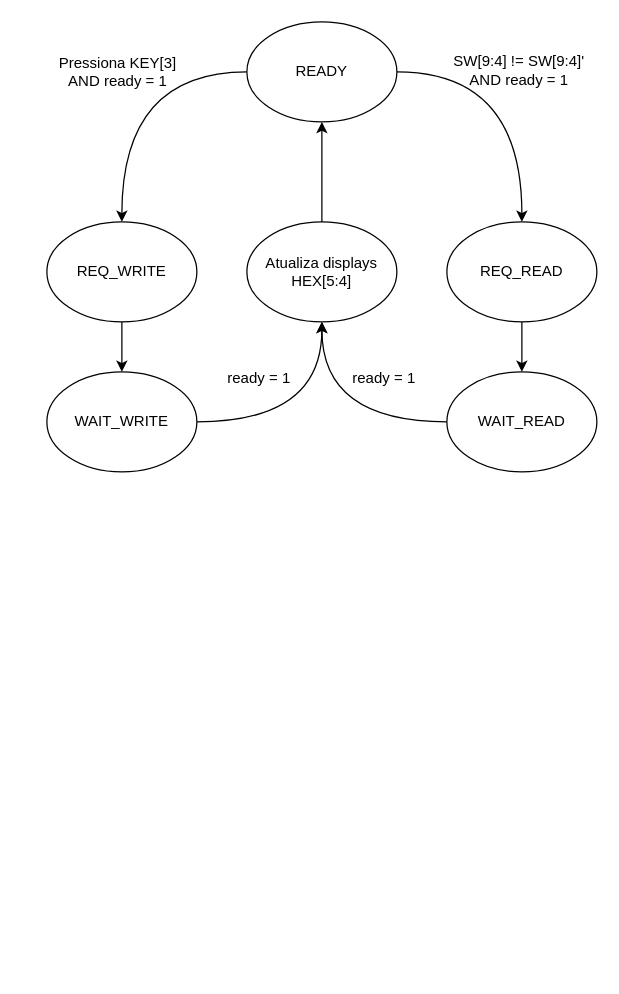
Above: P3/diagramas/diagramaEstadosiFace.drawio in caio-unicamp/MC613_Best_Group (draw.io), before the change. Source tidied: cells renumbered, new cells numbered last; positions are measured from the earlier drawing's top-left corner, leaving out a move shared by most shapes. Both pictures are drawn from the tidied source at 125%, with x=0, y=0 at pixel (42, 21).
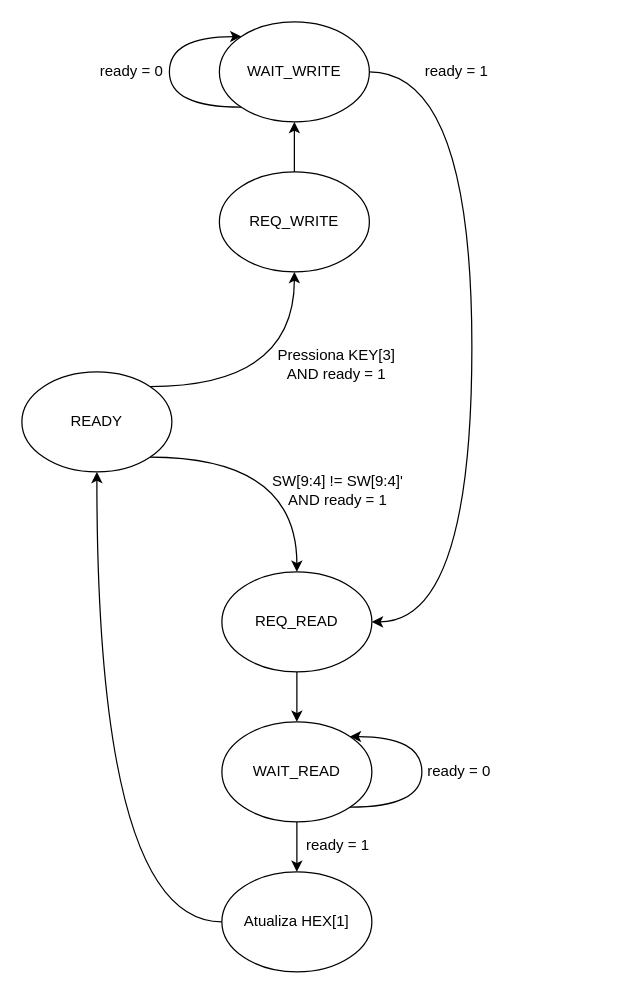
After the change.

Change to the diagram source:
```diff
@@
+    <mxCell id="3" style="edgeStyle=orthogonalEdgeStyle;rounded=0;jettySize=auto;html=1;exitX=1;exitY=0;exitDx=0;exitDy=0;entryX=0.5;entryY=1;entryDx=0;entryDy=0;curved=1;" parent="1" edge="1" source="4" target="14">
+      <mxGeometry relative="1" as="geometry" />
+    </mxCell>
-    <mxCell id="2" style="edgeStyle=orthogonalEdgeStyle;rounded=0;jettySize=auto;html=1;exitX=1;exitY=0.5;exitDx=0;exitDy=0;curved=1;" parent="1" edge="1" source="4" target="6">
+    <mxCell id="2" style="edgeStyle=orthogonalEdgeStyle;rounded=0;jettySize=auto;html=1;exitX=1;exitY=1;exitDx=0;exitDy=0;entryX=0.5;entryY=0;entryDx=0;entryDy=0;curved=1;" parent="1" edge="1" source="4" target="6">
       <mxGeometry relative="1" as="geometry" />
     </mxCell>
-    <mxCell id="3" style="edgeStyle=orthogonalEdgeStyle;rounded=0;jettySize=auto;html=1;exitX=0;exitY=0.5;exitDx=0;exitDy=0;curved=1;" parent="1" edge="1" source="4" target="14">
-      <mxGeometry relative="1" as="geometry" />
-    </mxCell>
     <mxCell id="4" value="READY" style="ellipse;whiteSpace=wrap;html=1;" parent="1" vertex="1">
-      <mxGeometry x="163" width="120" height="80" as="geometry" />
+      <mxGeometry x="-17" y="280" width="120" height="80" as="geometry" />
     </mxCell>
@@
     <mxCell id="6" value="REQ_READ" style="ellipse;whiteSpace=wrap;html=1;" parent="1" vertex="1">
-      <mxGeometry x="323" y="160" width="120" height="80" as="geometry" />
+      <mxGeometry x="143" y="440" width="120" height="80" as="geometry" />
     </mxCell>
     <mxCell id="7" value="SW[9:4] != SW[9:4]'&lt;div&gt;AND ready = 1&lt;/div&gt;" style="text;html=1;whiteSpace=wrap;strokeColor=none;fillColor=none;align=center;verticalAlign=middle;rounded=0;" parent="1" vertex="1">
-      <mxGeometry x="321" y="24" width="120" height="30" as="geometry" />
+      <mxGeometry x="176" y="360" width="120" height="30" as="geometry" />
     </mxCell>
-    <mxCell id="8" style="edgeStyle=orthogonalEdgeStyle;rounded=0;jettySize=auto;html=1;exitX=0;exitY=0.5;exitDx=0;exitDy=0;entryX=0.5;entryY=1;entryDx=0;entryDy=0;curved=1;" parent="1" edge="1" source="9" target="12">
+    <mxCell id="8" style="edgeStyle=orthogonalEdgeStyle;rounded=0;jettySize=auto;html=1;exitX=0.5;exitY=1;exitDx=0;exitDy=0;" parent="1" edge="1" source="9" target="12">
       <mxGeometry relative="1" as="geometry" />
     </mxCell>
     <mxCell id="9" value="WAIT_READ" style="ellipse;whiteSpace=wrap;html=1;" parent="1" vertex="1">
-      <mxGeometry x="323" y="280" width="120" height="80" as="geometry" />
+      <mxGeometry x="143" y="560" width="120" height="80" as="geometry" />
     </mxCell>
     <mxCell id="10" value="ready = 1" style="text;html=1;whiteSpace=wrap;strokeColor=none;fillColor=none;align=center;verticalAlign=middle;rounded=0;" parent="1" vertex="1">
-      <mxGeometry x="243" y="270" width="60" height="30" as="geometry" />
+      <mxGeometry x="206" y="644" width="60" height="30" as="geometry" />
     </mxCell>
-    <mxCell id="11" style="edgeStyle=orthogonalEdgeStyle;rounded=0;jettySize=auto;html=1;exitX=0.5;exitY=0;exitDx=0;exitDy=0;entryX=0.5;entryY=1;entryDx=0;entryDy=0;" parent="1" edge="1" source="12" target="4">
+    <mxCell id="11" style="edgeStyle=orthogonalEdgeStyle;rounded=0;jettySize=auto;html=1;exitX=0;exitY=0.5;exitDx=0;exitDy=0;entryX=0.5;entryY=1;entryDx=0;entryDy=0;curved=1;" parent="1" edge="1" source="12" target="4">
       <mxGeometry relative="1" as="geometry" />
     </mxCell>
-    <mxCell id="12" value="Atualiza displays&lt;div&gt;HEX[5:4]&lt;/div&gt;" style="ellipse;whiteSpace=wrap;html=1;" parent="1" vertex="1">
-      <mxGeometry x="163" y="160" width="120" height="80" as="geometry" />
+    <mxCell id="12" value="Atualiza HEX[1]" style="ellipse;whiteSpace=wrap;html=1;" parent="1" vertex="1">
+      <mxGeometry x="143" y="680" width="120" height="80" as="geometry" />
     </mxCell>
-    <mxCell id="13" style="edgeStyle=orthogonalEdgeStyle;rounded=0;jettySize=auto;html=1;exitX=0.5;exitY=1;exitDx=0;exitDy=0;" parent="1" edge="1" source="14" target="17">
+    <mxCell id="13" style="edgeStyle=orthogonalEdgeStyle;rounded=0;jettySize=auto;html=1;exitX=0.5;exitY=0;exitDx=0;exitDy=0;entryX=0.5;entryY=1;entryDx=0;entryDy=0;" parent="1" edge="1" source="14" target="17">
       <mxGeometry relative="1" as="geometry" />
     </mxCell>
     <mxCell id="14" value="REQ_WRITE" style="ellipse;whiteSpace=wrap;html=1;" parent="1" vertex="1">
-      <mxGeometry x="3" y="160" width="120" height="80" as="geometry" />
+      <mxGeometry x="141" y="120" width="120" height="80" as="geometry" />
     </mxCell>
     <mxCell id="15" value="Pressiona KEY[3]&lt;div&gt;AND ready = 1&lt;/div&gt;" style="text;html=1;whiteSpace=wrap;strokeColor=none;fillColor=none;align=center;verticalAlign=middle;rounded=0;" parent="1" vertex="1">
-      <mxGeometry y="25" width="120" height="30" as="geometry" />
+      <mxGeometry x="175" y="259" width="120" height="30" as="geometry" />
     </mxCell>
-    <mxCell id="16" style="edgeStyle=orthogonalEdgeStyle;rounded=0;jettySize=auto;html=1;exitX=1;exitY=0.5;exitDx=0;exitDy=0;entryX=0.5;entryY=1;entryDx=0;entryDy=0;curved=1;" parent="1" edge="1" source="17" target="12">
-      <mxGeometry relative="1" as="geometry" />
-    </mxCell>
+    <mxCell id="19" style="edgeStyle=orthogonalEdgeStyle;rounded=0;orthogonalLoop=1;jettySize=auto;html=1;exitX=1;exitY=1;exitDx=0;exitDy=0;entryX=1;entryY=0;entryDx=0;entryDy=0;curved=1;" parent="1" edge="1" source="9" target="9">
+      <mxGeometry relative="1" as="geometry">
+        <Array as="points">
+          <mxPoint x="303" y="628" />
+          <mxPoint x="303" y="572" />
+        </Array>
+      </mxGeometry>
+    </mxCell>
+    <mxCell id="20" value="ready = 0" style="text;html=1;whiteSpace=wrap;strokeColor=none;fillColor=none;align=center;verticalAlign=middle;rounded=0;" parent="1" vertex="1">
+      <mxGeometry x="303" y="585" width="60" height="30" as="geometry" />
+    </mxCell>
+    <mxCell id="21" style="edgeStyle=orthogonalEdgeStyle;rounded=0;jettySize=auto;html=1;exitX=1;exitY=0.5;exitDx=0;exitDy=0;entryX=1;entryY=0.5;entryDx=0;entryDy=0;curved=1;" parent="1" edge="1" source="17" target="6">
+      <mxGeometry relative="1" as="geometry">
+        <Array as="points">
+          <mxPoint x="343" y="40" />
+          <mxPoint x="343" y="480" />
+        </Array>
+      </mxGeometry>
+    </mxCell>
     <mxCell id="17" value="WAIT_WRITE" style="ellipse;whiteSpace=wrap;html=1;" parent="1" vertex="1">
-      <mxGeometry x="3" y="280" width="120" height="80" as="geometry" />
+      <mxGeometry x="141" width="120" height="80" as="geometry" />
     </mxCell>
+    <mxCell id="22" style="edgeStyle=orthogonalEdgeStyle;rounded=0;orthogonalLoop=1;jettySize=auto;html=1;exitX=0;exitY=1;exitDx=0;exitDy=0;entryX=0;entryY=0;entryDx=0;entryDy=0;curved=1;" parent="1" edge="1" source="17" target="17">
+      <mxGeometry relative="1" as="geometry">
+        <Array as="points">
+          <mxPoint x="101" y="68" />
+          <mxPoint x="101" y="12" />
+        </Array>
+      </mxGeometry>
+    </mxCell>
+    <mxCell id="23" value="ready = 0" style="text;html=1;whiteSpace=wrap;strokeColor=none;fillColor=none;align=center;verticalAlign=middle;rounded=0;" parent="1" vertex="1">
+      <mxGeometry x="41" y="25" width="60" height="30" as="geometry" />
+    </mxCell>
     <mxCell id="18" value="ready = 1" style="text;html=1;whiteSpace=wrap;strokeColor=none;fillColor=none;align=center;verticalAlign=middle;rounded=0;" parent="1" vertex="1">
-      <mxGeometry x="143" y="270" width="60" height="30" as="geometry" />
+      <mxGeometry x="301" y="25" width="60" height="30" as="geometry" />
     </mxCell>
```
